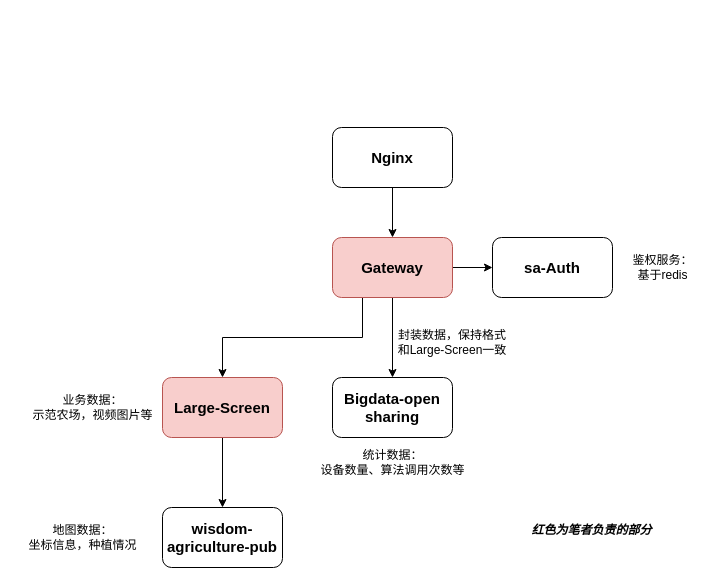
Above: 大屏架构图.drawio in RK-JD/DrawIO (draw.io), before the change. Source tidied: cells renumbered, new cells numbered last; positions are measured from the earlier drawing's top-left corner, leaving out a move shared by most shapes. Both pictures are drawn from the tidied source at 100%, with x=0, y=0 at pixel (17, 127).
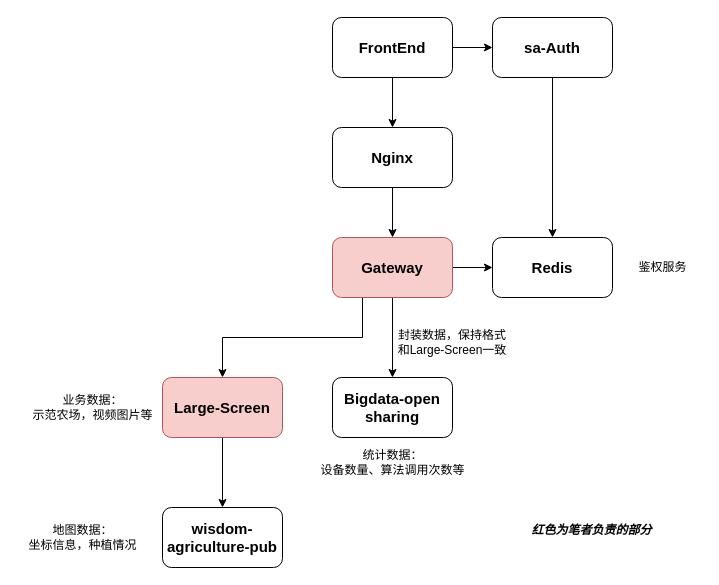
The same diagram, later.

Commit message:
更新大屏架构图.drawio

Unchanged cells that the change refers to:
```xml
<mxCell id="11" value="&lt;b&gt;&lt;font style=&quot;font-size: 15px;&quot;&gt;Nginx&lt;/font&gt;&lt;/b&gt;" style="rounded=1;whiteSpace=wrap;html=1;" parent="1" vertex="1">
  <mxGeometry x="315" width="120" height="60" as="geometry" />
</mxCell>
```

Diff of the diagram source:
```diff
@@
-    <mxCell id="9" value="&lt;span style=&quot;font-size: 15px;&quot;&gt;&lt;b&gt;sa-Auth&lt;/b&gt;&lt;/span&gt;" style="rounded=1;whiteSpace=wrap;html=1;" parent="1" vertex="1">
+    <mxCell id="9" value="&lt;span style=&quot;font-size: 15px;&quot;&gt;&lt;b&gt;Redis&lt;/b&gt;&lt;/span&gt;" style="rounded=1;whiteSpace=wrap;html=1;" parent="1" vertex="1">
       <mxGeometry x="475" y="110" width="120" height="60" as="geometry" />
     </mxCell>
@@
-    <mxCell id="15" value="鉴权服务：&lt;div&gt;基于redis&lt;/div&gt;" style="text;html=1;align=center;verticalAlign=middle;strokeColor=none;fillColor=none;" parent="1" vertex="1">
-      <mxGeometry x="605" y="120" width="80" height="40" as="geometry" />
+    <mxCell id="15" value="鉴权服务" style="text;html=1;align=center;verticalAlign=middle;strokeColor=none;fillColor=none;" parent="1" vertex="1">
+      <mxGeometry x="612" y="127" width="66" height="26" as="geometry" />
     </mxCell>
@@
+    <mxCell id="19" style="edgeStyle=orthogonalEdgeStyle;rounded=0;jettySize=auto;html=1;exitX=0.5;exitY=1;exitDx=0;exitDy=0;entryX=0.5;entryY=0;entryDx=0;entryDy=0;" parent="1" edge="1" source="21" target="11">
+      <mxGeometry relative="1" as="geometry" />
+    </mxCell>
+    <mxCell id="20" style="edgeStyle=orthogonalEdgeStyle;rounded=0;jettySize=auto;html=1;exitX=1;exitY=0.5;exitDx=0;exitDy=0;entryX=0;entryY=0.5;entryDx=0;entryDy=0;" parent="1" edge="1" source="21" target="23">
+      <mxGeometry relative="1" as="geometry" />
+    </mxCell>
+    <mxCell id="21" value="&lt;b&gt;&lt;font style=&quot;font-size: 15px;&quot;&gt;FrontEnd&lt;/font&gt;&lt;/b&gt;" style="rounded=1;whiteSpace=wrap;html=1;" parent="1" vertex="1">
+      <mxGeometry x="315" y="-110" width="120" height="60" as="geometry" />
+    </mxCell>
+    <mxCell id="22" style="edgeStyle=orthogonalEdgeStyle;rounded=0;jettySize=auto;html=1;exitX=0.5;exitY=1;exitDx=0;exitDy=0;entryX=0.5;entryY=0;entryDx=0;entryDy=0;" parent="1" edge="1" source="23" target="9">
+      <mxGeometry relative="1" as="geometry" />
+    </mxCell>
+    <mxCell id="23" value="&lt;b&gt;&lt;font style=&quot;font-size: 15px;&quot;&gt;sa-Auth&lt;/font&gt;&lt;/b&gt;" style="rounded=1;whiteSpace=wrap;html=1;" parent="1" vertex="1">
+      <mxGeometry x="475" y="-110" width="120" height="60" as="geometry" />
+    </mxCell>
```
